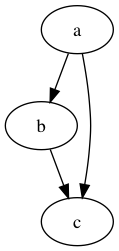
Before: DotExamples/binaryheap.png, a diagram exported from Graphviz (arafatkatze/DataViz). Its source is kept beside it as DotExamples/binaryheap.dot. The source it was exported from:
```dot
digraph graphname{
                a -> b;
                b -> c;
                a -> c;
        }
```
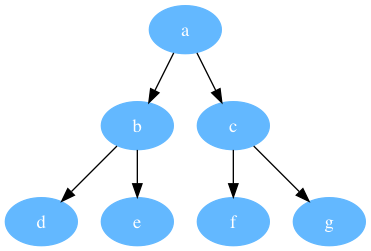
Above is the later version.

The edit, as a diff of the source:
```diff
@@ -1,5 +1,16 @@
 digraph graphname{
+                bgcolor=white;
+                a[color=steelblue1, style=filled, fillcolor = steelblue1, fontcolor=white];
+                b[color=steelblue1, style=filled, fillcolor = steelblue1, fontcolor=white];
+                c[color=steelblue1, style=filled, fillcolor = steelblue1, fontcolor=white];
+                d[color=steelblue1, style=filled, fillcolor = steelblue1, fontcolor=white];
+                e[color=steelblue1, style=filled, fillcolor = steelblue1, fontcolor=white];
+                f[color=steelblue1, style=filled, fillcolor = steelblue1, fontcolor=white];
+                g[color=steelblue1, style=filled, fillcolor = steelblue1, fontcolor=white];
                 a -> b;
-                b -> c;
+                b -> e;
+                b -> d;
+                c -> f;
+                c -> g;
                 a -> c;
         }
```
